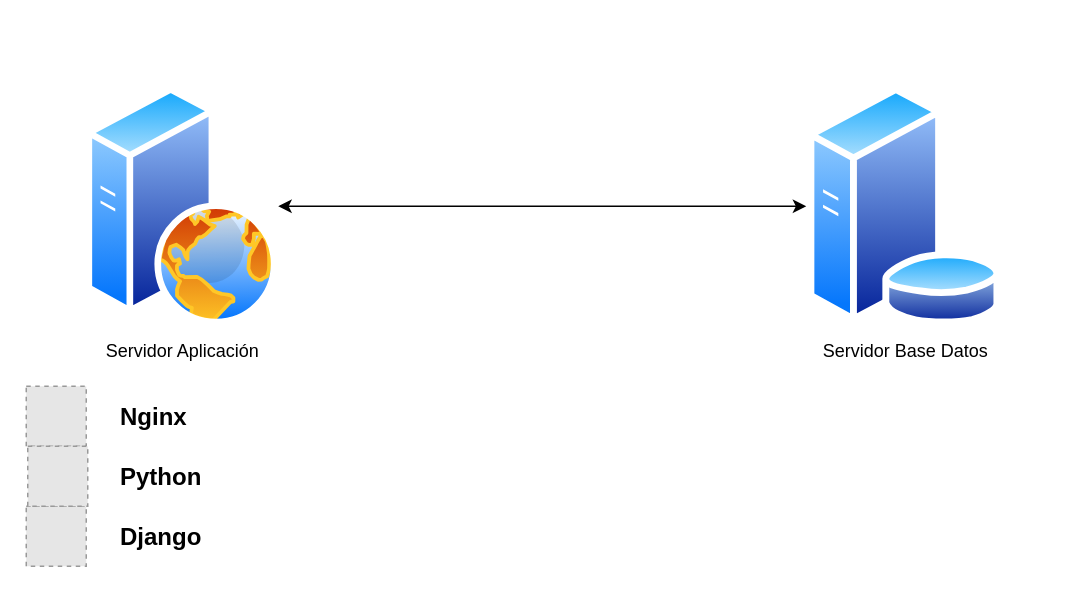
paulchicaiza/tics keeps this draw.io diagram as ArquitecturaSEDC.drawio. Above is the earlier version. Source tidied: cells renumbered, new cells numbered last; positions are measured from the earlier drawing's top-left corner, leaving out a move shared by most shapes. Both pictures are drawn from the tidied source at 150%, with x=0, y=0 at pixel (26, 86). Pictures stored in the file or linked from it are replaced by grey dashed boxes.
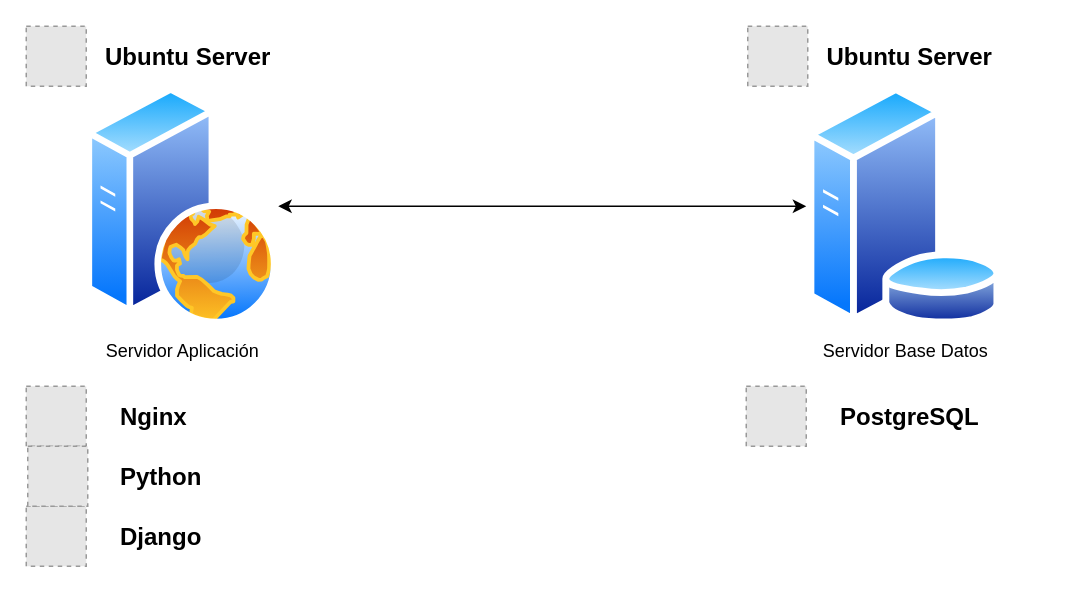
Above is the later version.

Diff of the diagram source:
```diff
@@
 <mxGraphModel>
   <root>
     <mxCell id="0" />
     <mxCell id="1" parent="0" />
     <mxCell id="2" style="edgeStyle=orthogonalEdgeStyle;rounded=0;jettySize=auto;html=1;entryX=0;entryY=0.5;entryDx=0;entryDy=0;startArrow=classic;startFill=1;" parent="1" edge="1" source="3" target="4">
       <mxGeometry relative="1" as="geometry" />
     </mxCell>
     <mxCell id="3" value="Servidor Aplicación" style="image;perimeter=ellipsePerimeter;html=1;align=center;shadow=0;dashed=0;spacingTop=3;image=img/lib/active_directory/web_server.svg;" parent="1" vertex="1">
       <mxGeometry x="40" width="128" height="160" as="geometry" />
     </mxCell>
     <mxCell id="4" value="Servidor Base Datos" style="image;perimeter=ellipsePerimeter;html=1;align=center;shadow=0;dashed=0;spacingTop=3;image=img/lib/active_directory/database_server.svg;" parent="1" vertex="1">
       <mxGeometry x="520" width="131.2" height="160" as="geometry" />
     </mxCell>
     <mxCell id="5" value="Python" style="text;html=1;strokeColor=none;fillColor=none;align=left;verticalAlign=middle;whiteSpace=wrap;rounded=0;fontSize=16;fontStyle=1;" parent="1" vertex="1">
       <mxGeometry x="61" y="245" width="60" height="30" as="geometry" />
     </mxCell>
     <mxCell id="6" style="fillColor=#E6E6E6;strokeColor=#999999;dashed=1;verticalLabelPosition=bottom;labelBackgroundColor=default;verticalAlign=top;" parent="1" vertex="1">
       <mxGeometry y="280" width="40" height="40" as="geometry" />
     </mxCell>
     <mxCell id="7" value="Django" style="text;html=1;strokeColor=none;fillColor=none;align=left;verticalAlign=middle;whiteSpace=wrap;rounded=0;fontSize=16;fontStyle=1;" parent="1" vertex="1">
       <mxGeometry x="61" y="285" width="60" height="30" as="geometry" />
     </mxCell>
     <mxCell id="8" style="fillColor=#E6E6E6;strokeColor=#999999;dashed=1;verticalLabelPosition=bottom;labelBackgroundColor=default;verticalAlign=top;" parent="1" vertex="1">
       <mxGeometry y="200" width="40" height="40" as="geometry" />
     </mxCell>
     <mxCell id="9" value="Nginx" style="text;html=1;strokeColor=none;fillColor=none;align=left;verticalAlign=middle;whiteSpace=wrap;rounded=0;fontSize=16;fontStyle=1;" parent="1" vertex="1">
       <mxGeometry x="61" y="205" width="60" height="30" as="geometry" />
     </mxCell>
     <mxCell id="10" style="fillColor=#E6E6E6;strokeColor=#999999;dashed=1;verticalLabelPosition=bottom;labelBackgroundColor=default;verticalAlign=top;" parent="1" vertex="1">
       <mxGeometry x="1" y="240" width="40" height="40" as="geometry" />
     </mxCell>
+    <mxCell id="11" style="fillColor=#E6E6E6;strokeColor=#999999;dashed=1;verticalLabelPosition=bottom;labelBackgroundColor=default;verticalAlign=top;" parent="1" vertex="1">
+      <mxGeometry y="-40" width="40" height="40" as="geometry" />
+    </mxCell>
+    <mxCell id="12" value="Ubuntu Server" style="text;html=1;strokeColor=none;fillColor=none;align=left;verticalAlign=middle;whiteSpace=wrap;rounded=0;fontSize=16;fontStyle=1;" parent="1" vertex="1">
+      <mxGeometry x="51" y="-35" width="150" height="30" as="geometry" />
+    </mxCell>
+    <mxCell id="13" style="fillColor=#E6E6E6;strokeColor=#999999;dashed=1;verticalLabelPosition=bottom;labelBackgroundColor=default;verticalAlign=top;" parent="1" vertex="1">
+      <mxGeometry x="481" y="-40" width="40" height="40" as="geometry" />
+    </mxCell>
+    <mxCell id="14" value="Ubuntu Server" style="text;html=1;strokeColor=none;fillColor=none;align=left;verticalAlign=middle;whiteSpace=wrap;rounded=0;fontSize=16;fontStyle=1;" parent="1" vertex="1">
+      <mxGeometry x="532" y="-35" width="150" height="30" as="geometry" />
+    </mxCell>
+    <mxCell id="15" style="fillColor=#E6E6E6;strokeColor=#999999;dashed=1;verticalLabelPosition=bottom;labelBackgroundColor=default;verticalAlign=top;" parent="1" vertex="1">
+      <mxGeometry x="480" y="200" width="40" height="40" as="geometry" />
+    </mxCell>
+    <mxCell id="16" value="PostgreSQL" style="text;html=1;strokeColor=none;fillColor=none;align=left;verticalAlign=middle;whiteSpace=wrap;rounded=0;fontSize=16;fontStyle=1;" parent="1" vertex="1">
+      <mxGeometry x="541" y="205" width="100" height="30" as="geometry" />
+    </mxCell>
   </root>
 </mxGraphModel>
```
